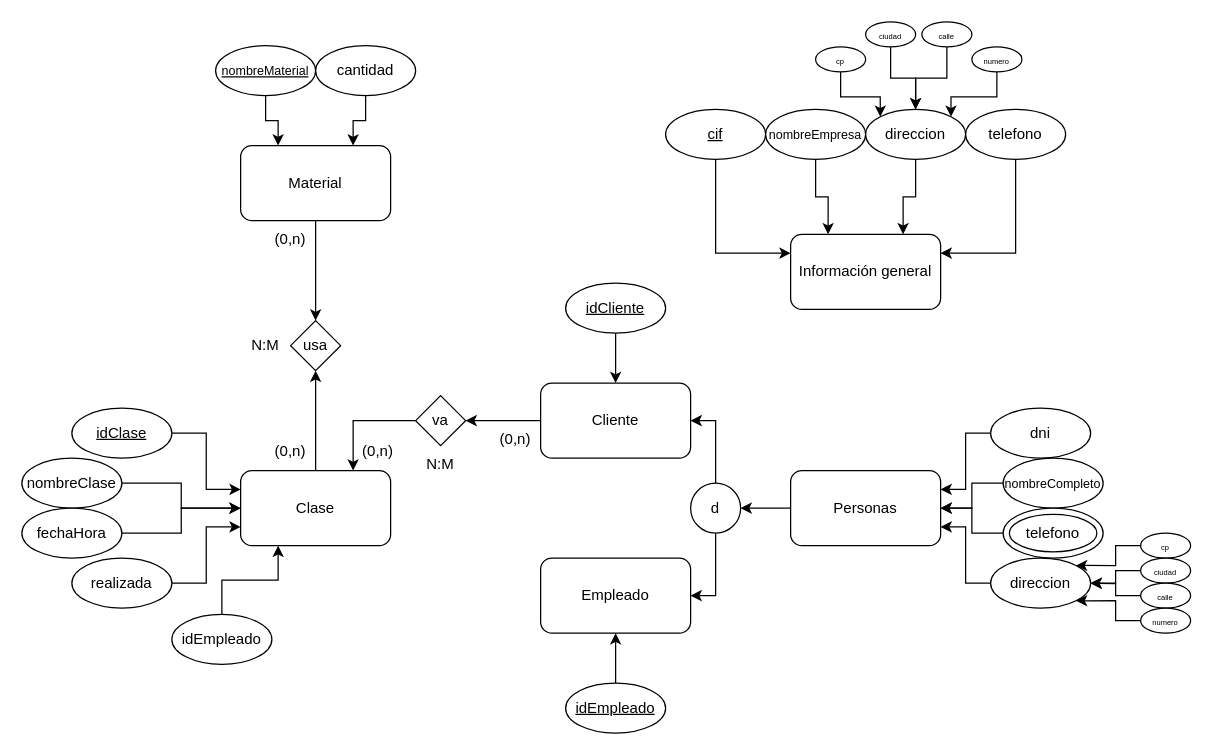
Above: jGym_diagrama_entidad-relacion.drawio in JVilluendas/Proyecto_jGYM (draw.io), before the change. Source tidied: cells renumbered, new cells numbered last; positions are measured from the earlier drawing's top-left corner, leaving out a move shared by most shapes. Both pictures are drawn from the tidied source at 125%, with x=0, y=0 at pixel (21, 21).
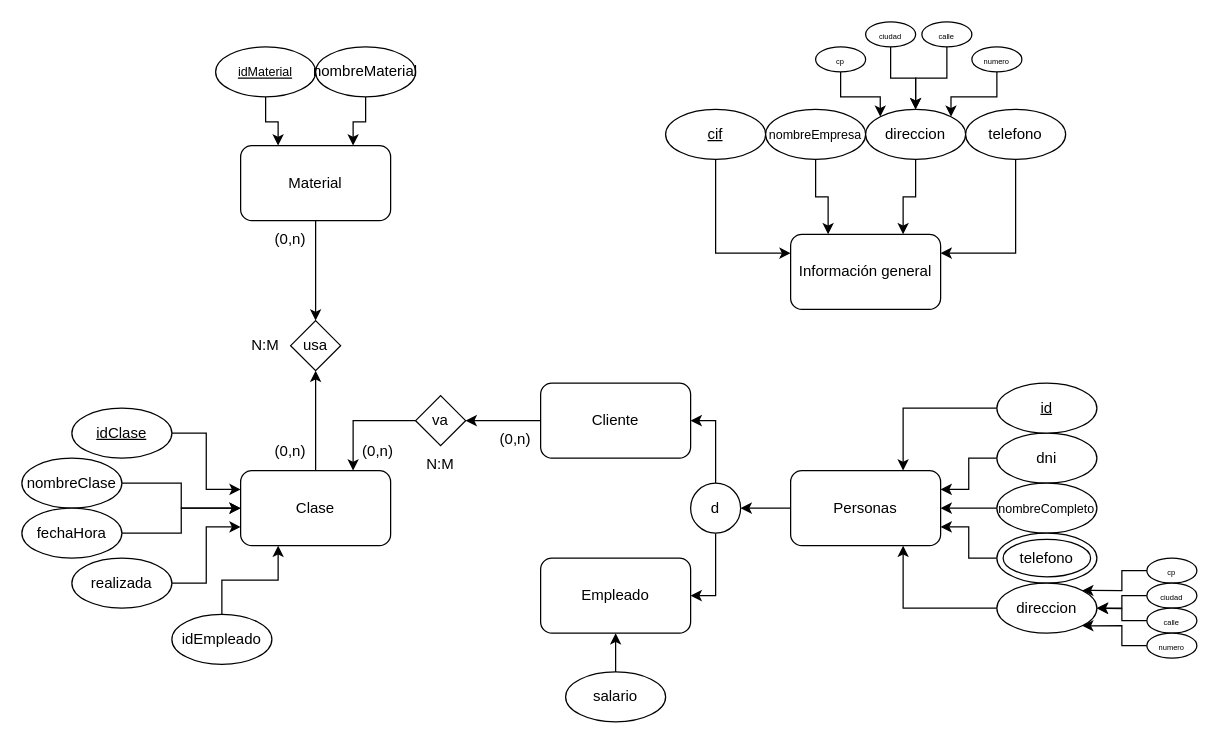
The same diagram, later.

Unchanged cells that the change refers to:
```xml
<mxCell id="12" value="Personas" style="rounded=1;whiteSpace=wrap;html=1;" parent="1" vertex="1">
  <mxGeometry x="615" y="359" width="120" height="60" as="geometry" />
</mxCell>
<mxCell id="41" value="Empleado" style="rounded=1;whiteSpace=wrap;html=1;" parent="1" vertex="1">
  <mxGeometry x="415" y="429" width="120" height="60" as="geometry" />
</mxCell>
<mxCell id="43" value="Cliente" style="rounded=1;whiteSpace=wrap;html=1;" parent="1" vertex="1">
  <mxGeometry x="415" y="289" width="120" height="60" as="geometry" />
</mxCell>
<mxCell id="49" value="Material" style="rounded=1;whiteSpace=wrap;html=1;" parent="1" vertex="1">
  <mxGeometry x="175" y="99" width="120" height="60" as="geometry" />
</mxCell>
```

Diff of the diagram source:
```diff
@@
     <mxCell id="22" value="dni" style="ellipse;whiteSpace=wrap;html=1;" parent="1" vertex="1">
-      <mxGeometry x="775" y="309" width="80" height="40" as="geometry" />
+      <mxGeometry x="780" y="329" width="80" height="40" as="geometry" />
     </mxCell>
@@
     <mxCell id="24" value="&lt;font style=&quot;font-size: 10px;&quot;&gt;nombreCompleto&lt;/font&gt;" style="ellipse;whiteSpace=wrap;html=1;" parent="1" vertex="1">
-      <mxGeometry x="785" y="349" width="80" height="40" as="geometry" />
+      <mxGeometry x="780" y="369" width="80" height="40" as="geometry" />
     </mxCell>
-    <mxCell id="25" style="edgeStyle=orthogonalEdgeStyle;rounded=0;jettySize=auto;html=1;exitX=0;exitY=0.5;exitDx=0;exitDy=0;entryX=1;entryY=0.5;entryDx=0;entryDy=0;" parent="1" edge="1" source="26" target="12">
+    <mxCell id="25" style="edgeStyle=orthogonalEdgeStyle;rounded=0;jettySize=auto;html=1;exitX=0;exitY=0.5;exitDx=0;exitDy=0;entryX=1;entryY=0.75;entryDx=0;entryDy=0;" parent="1" edge="1" source="26" target="12">
       <mxGeometry relative="1" as="geometry" />
     </mxCell>
     <mxCell id="26" style="ellipse;whiteSpace=wrap;html=1;" parent="1" vertex="1">
-      <mxGeometry x="785" y="389" width="80" height="40" as="geometry" />
+      <mxGeometry x="780" y="409" width="80" height="40" as="geometry" />
     </mxCell>
     <mxCell id="27" value="telefono" style="ellipse;whiteSpace=wrap;html=1;direction=west;" parent="1" vertex="1">
-      <mxGeometry x="790" y="394" width="70" height="30" as="geometry" />
+      <mxGeometry x="785" y="414" width="70" height="30" as="geometry" />
     </mxCell>
-    <mxCell id="28" style="edgeStyle=orthogonalEdgeStyle;rounded=0;jettySize=auto;html=1;exitX=0;exitY=0.5;exitDx=0;exitDy=0;entryX=1;entryY=0.75;entryDx=0;entryDy=0;" parent="1" edge="1" source="29" target="12">
+    <mxCell id="28" style="edgeStyle=orthogonalEdgeStyle;rounded=0;jettySize=auto;html=1;exitX=0;exitY=0.5;exitDx=0;exitDy=0;entryX=0.75;entryY=1;entryDx=0;entryDy=0;" parent="1" edge="1" source="29" target="12">
       <mxGeometry relative="1" as="geometry" />
     </mxCell>
     <mxCell id="29" value="direccion" style="ellipse;whiteSpace=wrap;html=1;" parent="1" vertex="1">
-      <mxGeometry x="775" y="429" width="80" height="40" as="geometry" />
+      <mxGeometry x="780" y="449" width="80" height="40" as="geometry" />
     </mxCell>
@@
     <mxCell id="31" value="&lt;font style=&quot;font-size: 6px;&quot;&gt;cp&lt;/font&gt;" style="ellipse;whiteSpace=wrap;html=1;" parent="1" vertex="1">
-      <mxGeometry x="895" y="409" width="40" height="20" as="geometry" />
+      <mxGeometry x="900" y="429" width="40" height="20" as="geometry" />
     </mxCell>
@@
     <mxCell id="33" value="&lt;font style=&quot;font-size: 6px;&quot;&gt;ciudad&lt;/font&gt;" style="ellipse;whiteSpace=wrap;html=1;" parent="1" vertex="1">
-      <mxGeometry x="895" y="429" width="40" height="20" as="geometry" />
+      <mxGeometry x="900" y="449" width="40" height="20" as="geometry" />
     </mxCell>
     <mxCell id="34" style="edgeStyle=orthogonalEdgeStyle;rounded=0;jettySize=auto;html=1;exitX=0;exitY=0.5;exitDx=0;exitDy=0;" parent="1" edge="1" source="35">
       <mxGeometry relative="1" as="geometry">
-        <mxPoint x="855" y="449" as="targetPoint" />
+        <mxPoint x="860" y="469" as="targetPoint" />
       </mxGeometry>
     </mxCell>
     <mxCell id="35" value="&lt;font style=&quot;font-size: 6px;&quot;&gt;calle&lt;/font&gt;" style="ellipse;whiteSpace=wrap;html=1;" parent="1" vertex="1">
-      <mxGeometry x="895" y="449" width="40" height="20" as="geometry" />
+      <mxGeometry x="900" y="469" width="40" height="20" as="geometry" />
     </mxCell>
@@
     <mxCell id="37" value="&lt;font style=&quot;font-size: 6px;&quot;&gt;numero&lt;/font&gt;" style="ellipse;whiteSpace=wrap;html=1;" parent="1" vertex="1">
-      <mxGeometry x="895" y="469" width="40" height="20" as="geometry" />
+      <mxGeometry x="900" y="489" width="40" height="20" as="geometry" />
     </mxCell>
@@
-    <mxCell id="44" style="edgeStyle=orthogonalEdgeStyle;rounded=0;jettySize=auto;html=1;exitX=0.5;exitY=0;exitDx=0;exitDy=0;entryX=0.5;entryY=1;entryDx=0;entryDy=0;" parent="1" edge="1" source="45" target="41">
-      <mxGeometry relative="1" as="geometry" />
-    </mxCell>
-    <mxCell id="45" value="&lt;u&gt;idEmpleado&lt;/u&gt;" style="ellipse;whiteSpace=wrap;html=1;" parent="1" vertex="1">
-      <mxGeometry x="435" y="529" width="80" height="40" as="geometry" />
-    </mxCell>
-    <mxCell id="46" style="edgeStyle=orthogonalEdgeStyle;rounded=0;jettySize=auto;html=1;exitX=0.5;exitY=1;exitDx=0;exitDy=0;entryX=0.5;entryY=0;entryDx=0;entryDy=0;" parent="1" edge="1" source="47" target="43">
-      <mxGeometry relative="1" as="geometry" />
-    </mxCell>
-    <mxCell id="47" value="&lt;u&gt;idCliente&lt;/u&gt;" style="ellipse;whiteSpace=wrap;html=1;" parent="1" vertex="1">
-      <mxGeometry x="435" y="209" width="80" height="40" as="geometry" />
-    </mxCell>
@@
-    <mxCell id="51" value="&lt;u&gt;&lt;font style=&quot;font-size: 10px;&quot;&gt;nombreMaterial&lt;/font&gt;&lt;/u&gt;" style="ellipse;whiteSpace=wrap;html=1;" parent="1" vertex="1">
-      <mxGeometry x="155" y="19" width="80" height="40" as="geometry" />
+    <mxCell id="51" value="&lt;u&gt;&lt;font style=&quot;font-size: 10px;&quot;&gt;idMaterial&lt;/font&gt;&lt;/u&gt;" style="ellipse;whiteSpace=wrap;html=1;" parent="1" vertex="1">
+      <mxGeometry x="155" y="20" width="80" height="40" as="geometry" />
     </mxCell>
-    <mxCell id="52" style="edgeStyle=orthogonalEdgeStyle;rounded=0;jettySize=auto;html=1;exitX=0.5;exitY=1;exitDx=0;exitDy=0;entryX=0.75;entryY=0;entryDx=0;entryDy=0;" parent="1" edge="1" source="53" target="49">
-      <mxGeometry relative="1" as="geometry" />
-    </mxCell>
-    <mxCell id="53" value="cantidad" style="ellipse;whiteSpace=wrap;html=1;" parent="1" vertex="1">
-      <mxGeometry x="235" y="19" width="80" height="40" as="geometry" />
-    </mxCell>
@@
+    <mxCell id="75" style="edgeStyle=orthogonalEdgeStyle;rounded=0;jettySize=auto;html=1;exitX=0.5;exitY=1;exitDx=0;exitDy=0;entryX=0.75;entryY=0;entryDx=0;entryDy=0;" parent="1" edge="1" source="76" target="49">
+      <mxGeometry relative="1" as="geometry" />
+    </mxCell>
+    <mxCell id="76" value="nombreMaterial" style="ellipse;whiteSpace=wrap;html=1;" parent="1" vertex="1">
+      <mxGeometry x="235" y="20" width="80" height="40" as="geometry" />
+    </mxCell>
+    <mxCell id="77" style="edgeStyle=orthogonalEdgeStyle;rounded=0;jettySize=auto;html=1;exitX=0;exitY=0.5;exitDx=0;exitDy=0;entryX=0.75;entryY=0;entryDx=0;entryDy=0;" parent="1" edge="1" source="78" target="12">
+      <mxGeometry relative="1" as="geometry" />
+    </mxCell>
+    <mxCell id="78" value="&lt;u&gt;id&lt;/u&gt;" style="ellipse;whiteSpace=wrap;html=1;" parent="1" vertex="1">
+      <mxGeometry x="780" y="289" width="80" height="40" as="geometry" />
+    </mxCell>
+    <mxCell id="79" style="edgeStyle=orthogonalEdgeStyle;rounded=0;jettySize=auto;html=1;exitX=0.5;exitY=0;exitDx=0;exitDy=0;entryX=0.5;entryY=1;entryDx=0;entryDy=0;" parent="1" edge="1" source="80" target="41">
+      <mxGeometry relative="1" as="geometry" />
+    </mxCell>
+    <mxCell id="80" value="salario" style="ellipse;whiteSpace=wrap;html=1;" parent="1" vertex="1">
+      <mxGeometry x="435" y="520" width="80" height="40" as="geometry" />
+    </mxCell>
```
